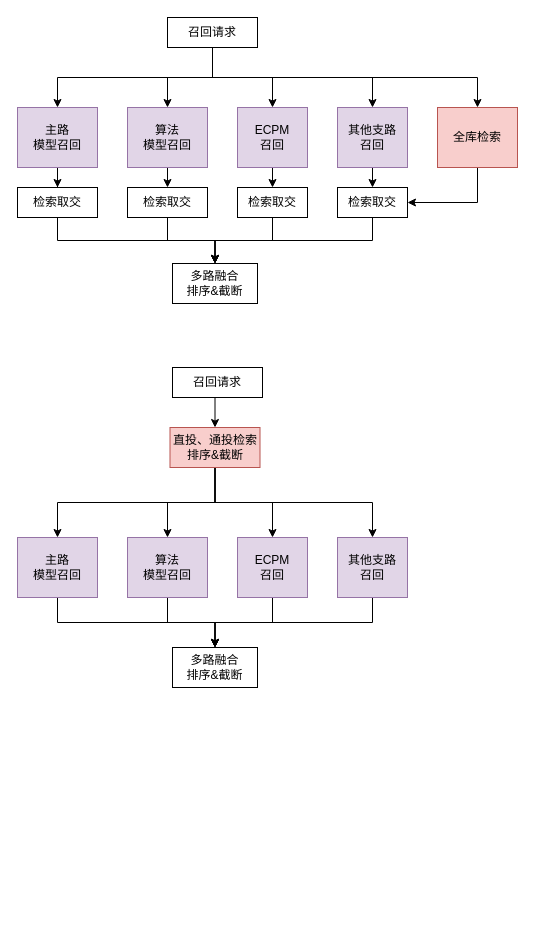
Before: page "第 3 页" (3 of 3) of 商业化召回.drawio in yantao006/draw_io, a draw.io diagram. Source tidied: cells renumbered, new cells numbered last; positions are measured from the earlier drawing's top-left corner, leaving out a move shared by most shapes. Both pictures are drawn from the tidied source at 100%, with x=0, y=0 at pixel (17, 17).
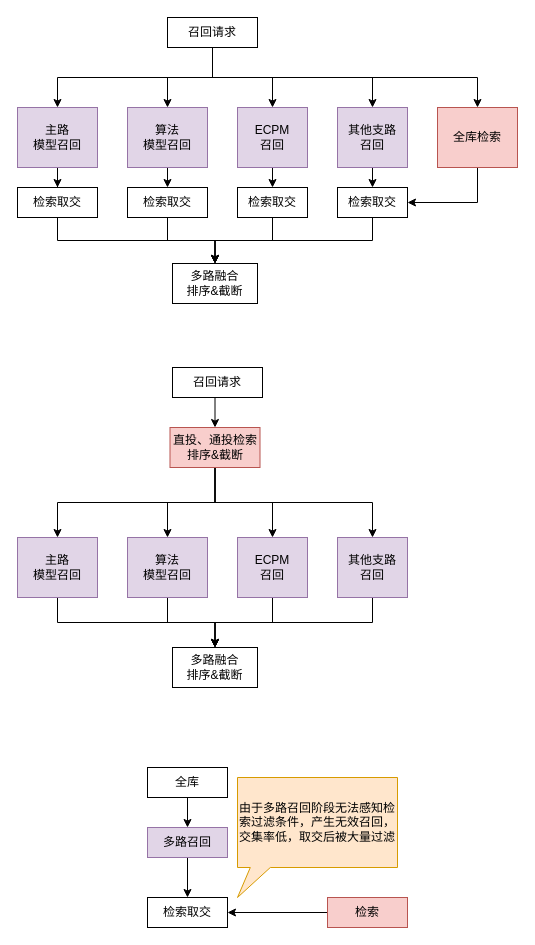
The same page after the edit.

Commit message:
更新商业化召回.drawio

Diff of the diagram source:
```diff
@@
+    <mxCell id="43" style="edgeStyle=orthogonalEdgeStyle;rounded=0;jettySize=auto;html=1;exitX=0.5;exitY=1;exitDx=0;exitDy=0;" parent="1" edge="1" source="44" target="45">
+      <mxGeometry relative="1" as="geometry" />
+    </mxCell>
+    <mxCell id="44" value="多路召回" style="rounded=0;whiteSpace=wrap;html=1;fillColor=#e1d5e7;strokeColor=#9673a6;" parent="1" vertex="1">
+      <mxGeometry x="130" y="810" width="80" height="30" as="geometry" />
+    </mxCell>
+    <mxCell id="45" value="检索取交" style="rounded=0;whiteSpace=wrap;html=1;" parent="1" vertex="1">
+      <mxGeometry x="130" y="880" width="80" height="30" as="geometry" />
+    </mxCell>
+    <mxCell id="46" style="edgeStyle=orthogonalEdgeStyle;rounded=0;jettySize=auto;html=1;exitX=0;exitY=0.5;exitDx=0;exitDy=0;" parent="1" edge="1" source="47" target="45">
+      <mxGeometry relative="1" as="geometry" />
+    </mxCell>
+    <mxCell id="47" value="检索" style="rounded=0;whiteSpace=wrap;html=1;fillColor=#f8cecc;strokeColor=#b85450;" parent="1" vertex="1">
+      <mxGeometry x="310" y="880" width="80" height="30" as="geometry" />
+    </mxCell>
+    <mxCell id="48" style="edgeStyle=orthogonalEdgeStyle;rounded=0;jettySize=auto;html=1;exitX=0.5;exitY=1;exitDx=0;exitDy=0;entryX=0.5;entryY=0;entryDx=0;entryDy=0;" parent="1" edge="1" source="49" target="44">
+      <mxGeometry relative="1" as="geometry" />
+    </mxCell>
+    <mxCell id="49" value="&lt;font&gt;全库&lt;/font&gt;" style="rounded=0;whiteSpace=wrap;html=1;verticalAlign=middle;align=center;" parent="1" vertex="1">
+      <mxGeometry x="130" y="750" width="80" height="30" as="geometry" />
+    </mxCell>
+    <mxCell id="50" value="由于多路召回阶段无法感知检索过滤条件，产生无效召回，交集率低，取交后被大量过滤" style="shape=callout;whiteSpace=wrap;html=1;perimeter=calloutPerimeter;size=30;position=0.08;position2=0;fillColor=#ffe6cc;strokeColor=#d79b00;" parent="1" vertex="1">
+      <mxGeometry x="220" y="760" width="160" height="120" as="geometry" />
+    </mxCell>
```
